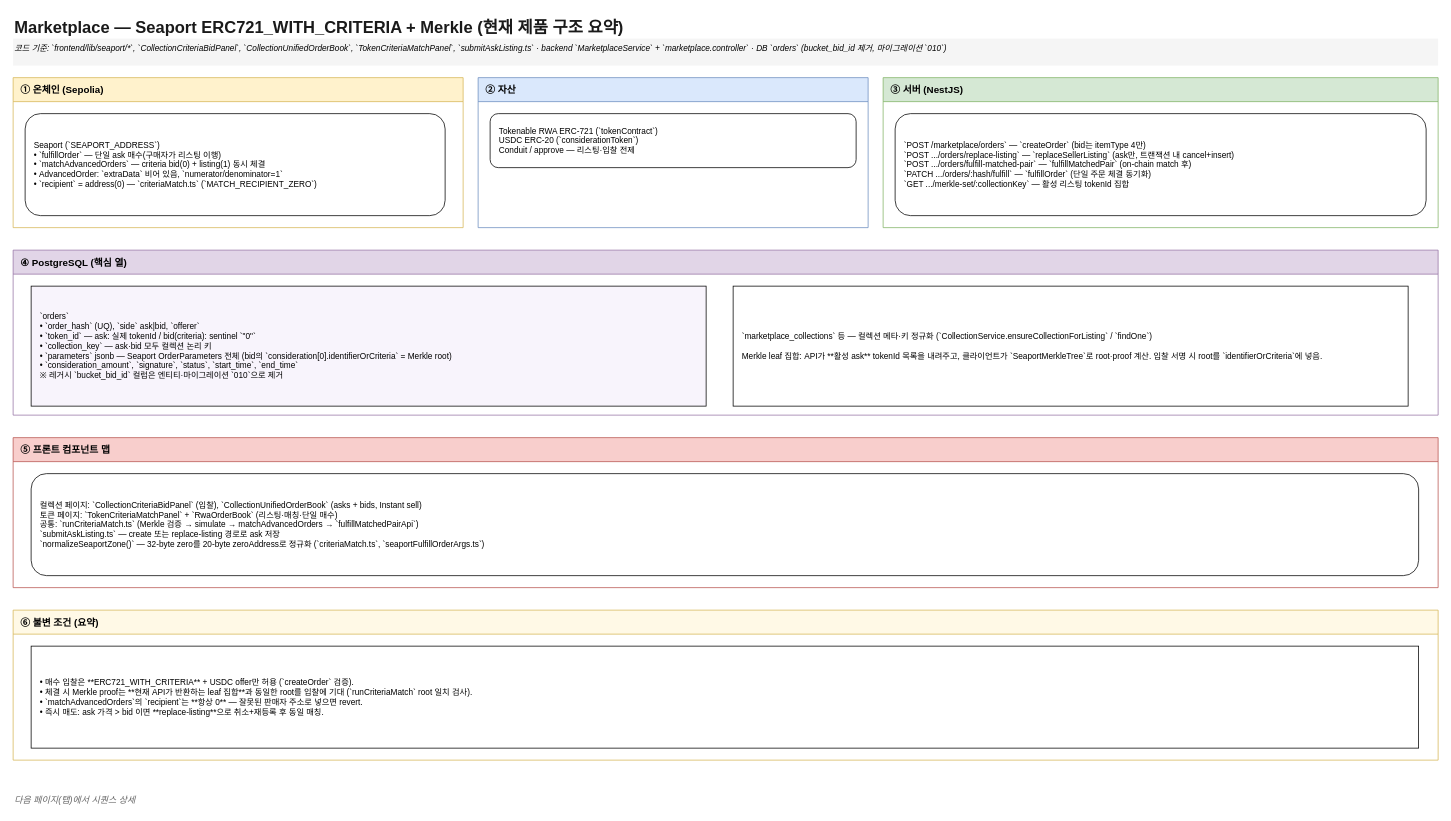
Above: page "1 — 액터·레이어·저장소" (1 of 2) of docs/diagrams/marketplace-seaport-criteria-architecture.drawio in tokenable-dev/tokenable-dev (draw.io), before the change. Source tidied: cells renumbered, new cells numbered last; positions are measured from the earlier drawing's top-left corner, leaving out a move shared by most shapes. Both pictures are drawn from the tidied source at 75%, with x=0, y=0 at pixel (13, 13).
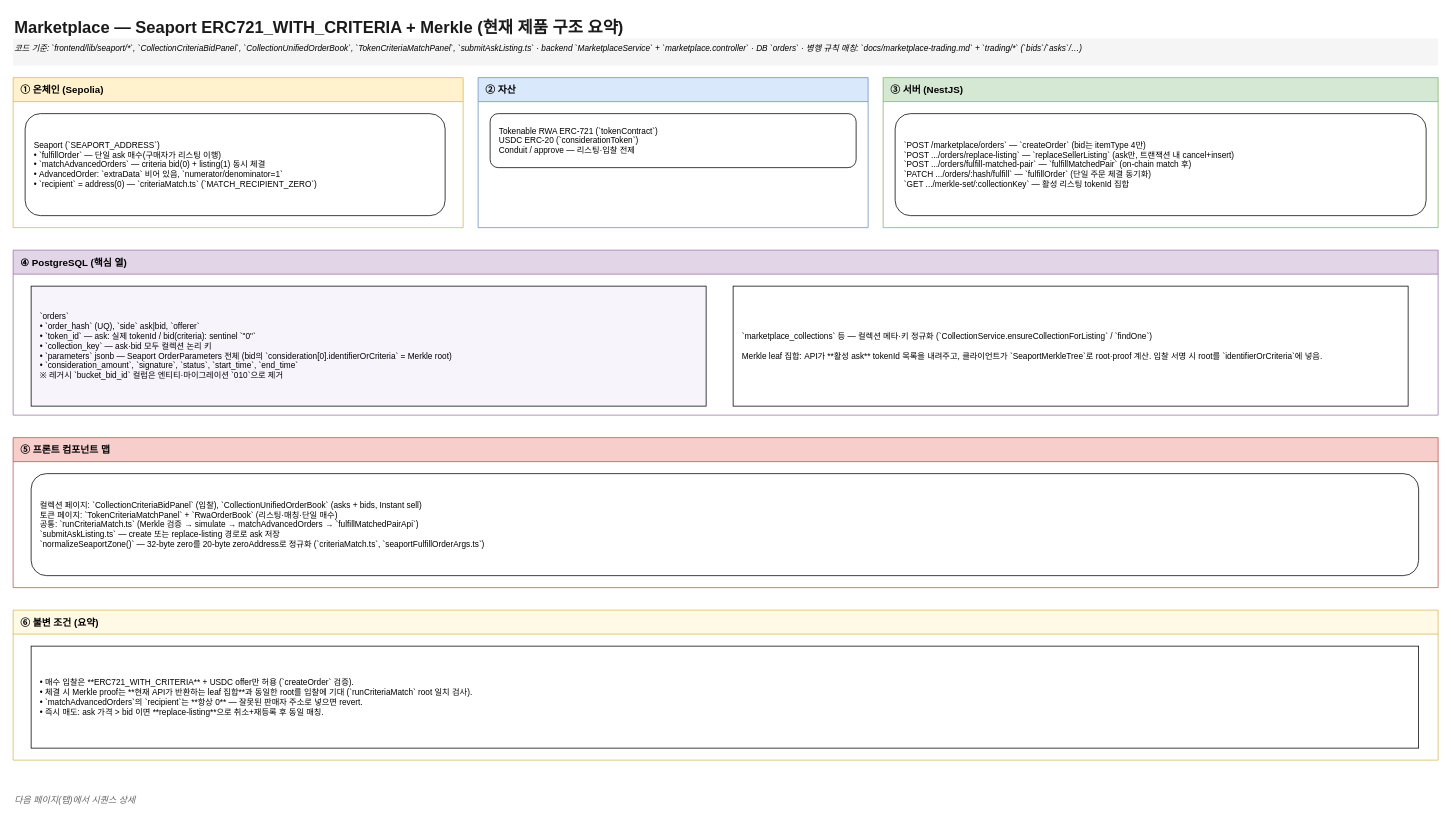
Above is the later version.

Diff of the diagram source:
```diff
@@
 <mxGraphModel>
   <root>
     <mxCell id="0" />
     <mxCell id="1" parent="0" />
     <mxCell id="2" value="Marketplace — Seaport ERC721_WITH_CRITERIA + Merkle (현재 제품 구조 요약)" style="text;html=1;fontSize=22;fontStyle=1;align=left;fontColor=#1a1a1a;" parent="1" vertex="1">
       <mxGeometry width="1200" height="36" as="geometry" />
     </mxCell>
-    <mxCell id="3" value="코드 기준: `frontend/lib/seaport/*`, `CollectionCriteriaBidPanel`, `CollectionUnifiedOrderBook`, `TokenCriteriaMatchPanel`, `submitAskListing.ts` · backend `MarketplaceService` + `marketplace.controller` · DB `orders` (bucket_bid_id 제거, 마이그레이션 `010`)" style="text;html=1;fontSize=11;fontStyle=2;align=left;fillColor=#f5f5f5;" parent="1" vertex="1">
+    <mxCell id="3" value="코드 기준: `frontend/lib/seaport/*`, `CollectionCriteriaBidPanel`, `CollectionUnifiedOrderBook`, `TokenCriteriaMatchPanel`, `submitAskListing.ts` · backend `MarketplaceService` + `marketplace.controller` · DB `orders` · 병행 규칙 매칭: `docs/marketplace-trading.md` + `trading/*` (`bids`/`asks`/…)" style="text;html=1;fontSize=11;fontStyle=2;align=left;fillColor=#f5f5f5;" parent="1" vertex="1">
       <mxGeometry y="34" width="1900" height="36" as="geometry" />
     </mxCell>
     <mxCell id="4" value="① 온체인 (Sepolia)" style="swimlane;horizontal=1;startSize=32;fillColor=#fff2cc;strokeColor=#d6b656;fontStyle=1;fontSize=13;align=left;spacingLeft=8;" parent="1" vertex="1">
       <mxGeometry y="86" width="600" height="200" as="geometry" />
     </mxCell>
     <mxCell id="5" value="Seaport (`SEAPORT_ADDRESS`)&#10;• `fulfillOrder` — 단일 ask 매수(구매자가 리스팅 이행)&#10;• `matchAdvancedOrders` — criteria bid(0) + listing(1) 동시 체결&#10;• AdvancedOrder: `extraData` 비어 있음, `numerator/denominator=1`&#10;• `recipient` = address(0) — `criteriaMatch.ts` (`MATCH_RECIPIENT_ZERO`)" style="rounded=1;whiteSpace=wrap;html=1;align=left;spacingLeft=10;fontSize=11;fillColor=#ffffff;" parent="4" vertex="1">
       <mxGeometry x="16" y="48" width="560" height="136" as="geometry" />
     </mxCell>
     <mxCell id="6" value="② 자산" style="swimlane;horizontal=1;startSize=32;fillColor=#dae8fc;strokeColor=#6c8ebf;fontStyle=1;fontSize=13;align=left;spacingLeft=8;" parent="1" vertex="1">
       <mxGeometry x="620" y="86" width="520" height="200" as="geometry" />
     </mxCell>
     <mxCell id="7" value="Tokenable RWA ERC-721 (`tokenContract`)&#10;USDC ERC-20 (`considerationToken`)&#10;Conduit / approve — 리스팅·입찰 전제" style="rounded=1;whiteSpace=wrap;html=1;align=left;spacingLeft=10;fontSize=11;fillColor=#ffffff;" parent="6" vertex="1">
       <mxGeometry x="16" y="48" width="488" height="72" as="geometry" />
     </mxCell>
     <mxCell id="8" value="③ 서버 (NestJS)" style="swimlane;horizontal=1;startSize=32;fillColor=#d5e8d4;strokeColor=#82b366;fontStyle=1;fontSize=13;align=left;spacingLeft=8;" parent="1" vertex="1">
       <mxGeometry x="1160" y="86" width="740" height="200" as="geometry" />
     </mxCell>
     <mxCell id="9" value="`POST /marketplace/orders` — `createOrder` (bid는 itemType 4만)&#10;`POST .../orders/replace-listing` — `replaceSellerListing` (ask만, 트랜잭션 내 cancel+insert)&#10;`POST .../orders/fulfill-matched-pair` — `fulfillMatchedPair` (on-chain match 후)&#10;`PATCH .../orders/:hash/fulfill` — `fulfillOrder` (단일 주문 체결 동기화)&#10;`GET .../merkle-set/:collectionKey` — 활성 리스팅 tokenId 집합" style="rounded=1;whiteSpace=wrap;html=1;align=left;spacingLeft=10;fontSize=11;fillColor=#ffffff;" parent="8" vertex="1">
       <mxGeometry x="16" y="48" width="708" height="136" as="geometry" />
     </mxCell>
     <mxCell id="10" value="④ PostgreSQL (핵심 열)" style="swimlane;horizontal=1;startSize=32;fillColor=#e1d5e7;strokeColor=#9673a6;fontStyle=1;fontSize=13;align=left;spacingLeft=8;" parent="1" vertex="1">
       <mxGeometry y="316" width="1900" height="220" as="geometry" />
     </mxCell>
     <mxCell id="11" value="`orders`&#10;• `order_hash` (UQ), `side` ask|bid, `offerer`&#10;• `token_id` — ask: 실제 tokenId / bid(criteria): sentinel `&quot;0&quot;`&#10;• `collection_key` — ask·bid 모두 컬렉션 논리 키&#10;• `parameters` jsonb — Seaport OrderParameters 전체 (bid의 `consideration[0].identifierOrCriteria` = Merkle root)&#10;• `consideration_amount`, `signature`, `status`, `start_time`, `end_time`&#10;※ 레거시 `bucket_bid_id` 컬럼은 엔티티·마이그레이션 `010`으로 제거" style="rounded=0;whiteSpace=wrap;html=1;align=left;spacingLeft=10;fontSize=11;fillColor=#f8f4fc;" parent="10" vertex="1">
       <mxGeometry x="24" y="48" width="900" height="160" as="geometry" />
     </mxCell>
     <mxCell id="12" value="`marketplace_collections` 등 — 컬렉션 메타·키 정규화 (`CollectionService.ensureCollectionForListing` / `findOne`)&#10;&#10;Merkle leaf 집합: API가 **활성 ask** tokenId 목록을 내려주고, 클라이언트가 `SeaportMerkleTree`로 root·proof 계산. 입찰 서명 시 root를 `identifierOrCriteria`에 넣음." style="rounded=0;whiteSpace=wrap;html=1;align=left;spacingLeft=10;fontSize=11;fillColor=#ffffff;" parent="10" vertex="1">
       <mxGeometry x="960" y="48" width="900" height="160" as="geometry" />
     </mxCell>
     <mxCell id="13" value="⑤ 프론트 컴포넌트 맵" style="swimlane;horizontal=1;startSize=32;fillColor=#f8cecc;strokeColor=#b85450;fontStyle=1;fontSize=13;align=left;spacingLeft=8;" parent="1" vertex="1">
       <mxGeometry y="566" width="1900" height="200" as="geometry" />
     </mxCell>
     <mxCell id="14" value="컬렉션 페이지: `CollectionCriteriaBidPanel` (입찰), `CollectionUnifiedOrderBook` (asks + bids, Instant sell)&#10;토큰 페이지: `TokenCriteriaMatchPanel` + `RwaOrderBook` (리스팅·매칭·단일 매수)&#10;공통: `runCriteriaMatch.ts` (Merkle 검증 → simulate → matchAdvancedOrders → `fulfillMatchedPairApi`)&#10;`submitAskListing.ts` — create 또는 replace-listing 경로로 ask 저장&#10;`normalizeSeaportZone()` — 32-byte zero를 20-byte zeroAddress로 정규화 (`criteriaMatch.ts`, `seaportFulfillOrderArgs.ts`)" style="rounded=1;whiteSpace=wrap;html=1;align=left;spacingLeft=10;fontSize=11;fillColor=#ffffff;" parent="13" vertex="1">
       <mxGeometry x="24" y="48" width="1850" height="136" as="geometry" />
     </mxCell>
     <mxCell id="15" value="⑥ 불변 조건 (요약)" style="swimlane;horizontal=1;startSize=32;fillColor=#fff9e6;strokeColor=#d6b656;fontStyle=1;fontSize=13;align=left;spacingLeft=8;" parent="1" vertex="1">
       <mxGeometry y="796" width="1900" height="200" as="geometry" />
     </mxCell>
     <mxCell id="16" value="• 매수 입찰은 **ERC721_WITH_CRITERIA** + USDC offer만 허용 (`createOrder` 검증).&#10;• 체결 시 Merkle proof는 **현재 API가 반환하는 leaf 집합**과 동일한 root를 입찰에 기대 (`runCriteriaMatch` root 일치 검사).&#10;• `matchAdvancedOrders`의 `recipient`는 **항상 0** — 잘못된 판매자 주소로 넣으면 revert.&#10;• 즉시 매도: ask 가격 &gt; bid 이면 **replace-listing**으로 취소+재등록 후 동일 매칭." style="rounded=0;whiteSpace=wrap;html=1;align=left;spacingLeft=10;fontSize=11;fillColor=#ffffff;" parent="15" vertex="1">
       <mxGeometry x="24" y="48" width="1850" height="136" as="geometry" />
     </mxCell>
     <mxCell id="17" value="다음 페이지(탭)에서 시퀀스 상세" style="text;html=1;fontSize=12;fontStyle=2;align=left;fontColor=#666666;" parent="1" vertex="1">
       <mxGeometry y="1036" width="400" height="24" as="geometry" />
     </mxCell>
   </root>
 </mxGraphModel>
```
